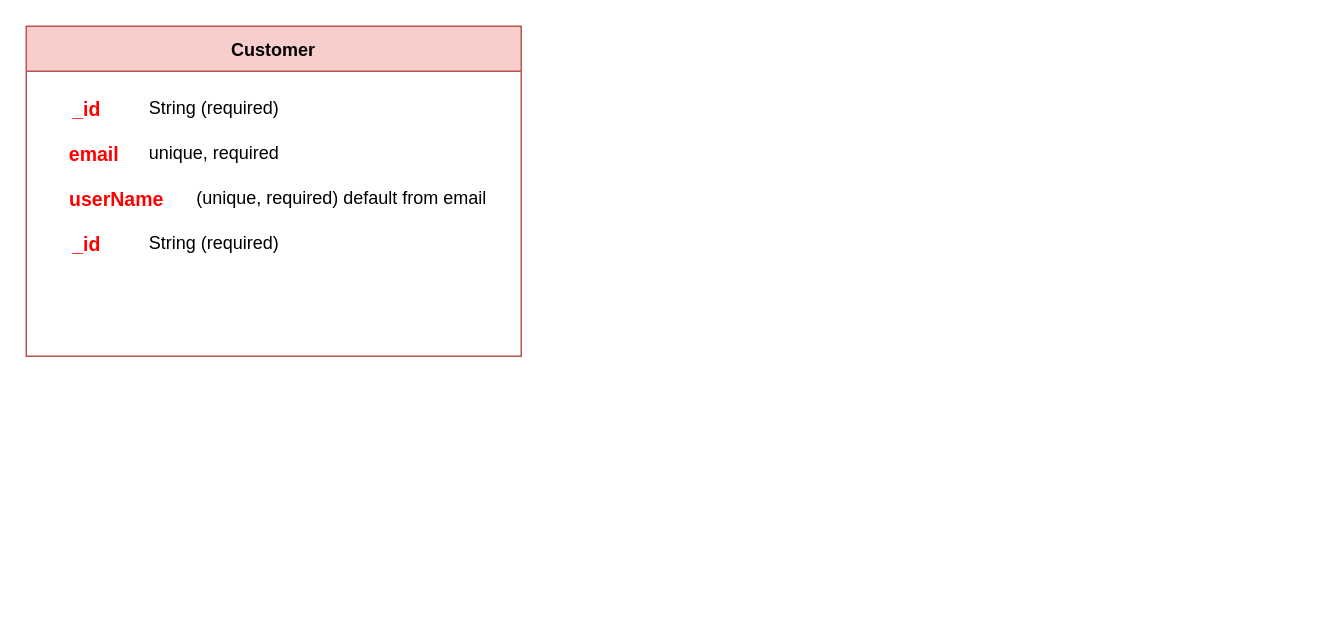
GiaDuccc/shop-api keeps this draw.io diagram as page "Trang-2" (2 of 2) of Biểu đồ không có tiêu đề.drawio. Above is the earlier version. Source tidied: cells renumbered, new cells numbered last; positions are measured from the earlier drawing's top-left corner, leaving out a move shared by most shapes. Both pictures are drawn from the tidied source at 150%, with x=0, y=0 at pixel (26, 26).
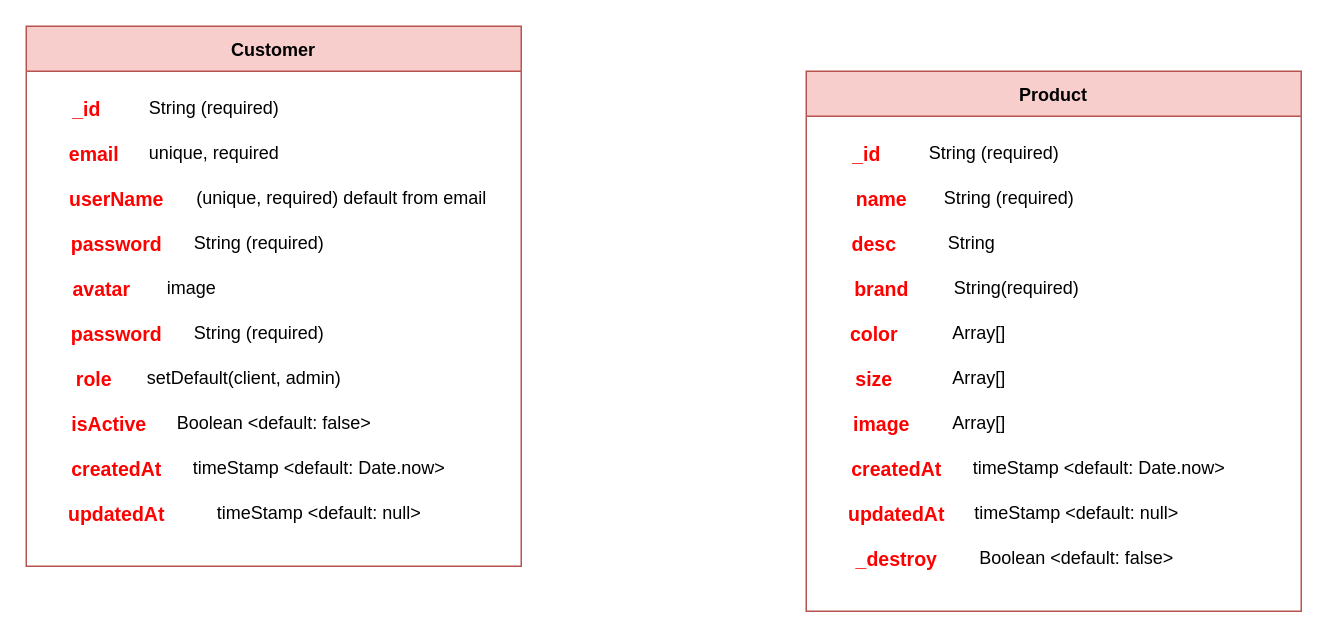
The same page after the edit.

Commit message:
shop shoes

Diff of the diagram source:
```diff
@@
     <mxCell id="2" value="Customer" style="swimlane;startSize=30;fillColor=#f8cecc;strokeColor=#b85450;" parent="1" vertex="1">
-      <mxGeometry width="330" height="220" as="geometry" />
+      <mxGeometry width="330" height="360" as="geometry" />
     </mxCell>
@@
-    <mxCell id="9" value="_id" style="text;html=1;align=center;verticalAlign=middle;strokeColor=none;fillColor=default;fontStyle=1;labelBorderColor=none;labelBackgroundColor=none;fontColor=light-dark(#ff0000, #ededed);fontSize=13;" parent="2" vertex="1">
-      <mxGeometry x="20" y="130" width="40" height="30" as="geometry" />
+    <mxCell id="9" value="password" style="text;html=1;align=center;verticalAlign=middle;strokeColor=none;fillColor=default;fontStyle=1;labelBorderColor=none;labelBackgroundColor=none;fontColor=light-dark(#ff0000, #ededed);fontSize=13;" parent="2" vertex="1">
+      <mxGeometry x="20" y="130" width="80" height="30" as="geometry" />
     </mxCell>
     <mxCell id="10" value="String (required)" style="text;html=1;align=center;verticalAlign=middle;strokeColor=none;fillColor=none;" parent="2" vertex="1">
-      <mxGeometry x="70" y="130" width="110" height="30" as="geometry" />
+      <mxGeometry x="100" y="130" width="110" height="30" as="geometry" />
     </mxCell>
+    <mxCell id="11" value="avatar" style="text;html=1;align=center;verticalAlign=middle;strokeColor=none;fillColor=default;fontStyle=1;labelBorderColor=none;labelBackgroundColor=none;fontColor=light-dark(#ff0000, #ededed);fontSize=13;" parent="2" vertex="1">
+      <mxGeometry x="20" y="160" width="60" height="30" as="geometry" />
+    </mxCell>
+    <mxCell id="12" value="image" style="text;html=1;align=center;verticalAlign=middle;strokeColor=none;fillColor=none;" parent="2" vertex="1">
+      <mxGeometry x="80" y="160" width="60" height="30" as="geometry" />
+    </mxCell>
+    <mxCell id="13" value="password" style="text;html=1;align=center;verticalAlign=middle;strokeColor=none;fillColor=default;fontStyle=1;labelBorderColor=none;labelBackgroundColor=none;fontColor=light-dark(#ff0000, #ededed);fontSize=13;" parent="2" vertex="1">
+      <mxGeometry x="20" y="190" width="80" height="30" as="geometry" />
+    </mxCell>
+    <mxCell id="14" value="String (required)" style="text;html=1;align=center;verticalAlign=middle;strokeColor=none;fillColor=none;" parent="2" vertex="1">
+      <mxGeometry x="100" y="190" width="110" height="30" as="geometry" />
+    </mxCell>
+    <mxCell id="15" value="role" style="text;html=1;align=center;verticalAlign=middle;strokeColor=none;fillColor=default;fontStyle=1;labelBorderColor=none;labelBackgroundColor=none;fontColor=light-dark(#ff0000, #ededed);fontSize=13;" parent="2" vertex="1">
+      <mxGeometry x="20" y="220" width="50" height="30" as="geometry" />
+    </mxCell>
+    <mxCell id="16" value="setDefault(client, admin)" style="text;html=1;align=center;verticalAlign=middle;strokeColor=none;fillColor=none;" parent="2" vertex="1">
+      <mxGeometry x="70" y="220" width="150" height="30" as="geometry" />
+    </mxCell>
+    <mxCell id="17" value="isActive" style="text;html=1;align=center;verticalAlign=middle;strokeColor=none;fillColor=default;fontStyle=1;labelBorderColor=none;labelBackgroundColor=none;fontColor=light-dark(#ff0000, #ededed);fontSize=13;" parent="2" vertex="1">
+      <mxGeometry x="20" y="250" width="70" height="30" as="geometry" />
+    </mxCell>
+    <mxCell id="18" value="Boolean &amp;lt;default: false&amp;gt;" style="text;html=1;align=center;verticalAlign=middle;strokeColor=none;fillColor=none;" parent="2" vertex="1">
+      <mxGeometry x="90" y="250" width="150" height="30" as="geometry" />
+    </mxCell>
+    <mxCell id="19" value="createdAt" style="text;html=1;align=center;verticalAlign=middle;strokeColor=none;fillColor=default;fontStyle=1;labelBorderColor=none;labelBackgroundColor=none;fontColor=light-dark(#ff0000, #ededed);fontSize=13;" parent="2" vertex="1">
+      <mxGeometry x="20" y="280" width="80" height="30" as="geometry" />
+    </mxCell>
+    <mxCell id="20" value="timeStamp &amp;lt;default: Date.now&amp;gt;" style="text;html=1;align=center;verticalAlign=middle;strokeColor=none;fillColor=none;" parent="2" vertex="1">
+      <mxGeometry x="100" y="280" width="190" height="30" as="geometry" />
+    </mxCell>
+    <mxCell id="21" value="updatedAt" style="text;html=1;align=center;verticalAlign=middle;strokeColor=none;fillColor=default;fontStyle=1;labelBorderColor=none;labelBackgroundColor=none;fontColor=light-dark(#ff0000, #ededed);fontSize=13;" parent="2" vertex="1">
+      <mxGeometry x="20" y="310" width="80" height="30" as="geometry" />
+    </mxCell>
+    <mxCell id="22" value="timeStamp &amp;lt;default: null&amp;gt;" style="text;html=1;align=center;verticalAlign=middle;strokeColor=none;fillColor=none;" parent="2" vertex="1">
+      <mxGeometry x="115" y="310" width="160" height="30" as="geometry" />
+    </mxCell>
+    <mxCell id="23" value="Product" style="swimlane;startSize=30;fillColor=#f8cecc;strokeColor=#b85450;" parent="1" vertex="1">
+      <mxGeometry x="520" y="30" width="330" height="360" as="geometry" />
+    </mxCell>
+    <mxCell id="24" value="_id" style="text;html=1;align=center;verticalAlign=middle;strokeColor=none;fillColor=default;fontStyle=1;labelBorderColor=none;labelBackgroundColor=none;fontColor=light-dark(#ff0000, #ededed);fontSize=13;" parent="23" vertex="1">
+      <mxGeometry x="20" y="40" width="40" height="30" as="geometry" />
+    </mxCell>
+    <mxCell id="25" value="String (required)" style="text;html=1;align=center;verticalAlign=middle;strokeColor=none;fillColor=none;" parent="23" vertex="1">
+      <mxGeometry x="70" y="40" width="110" height="30" as="geometry" />
+    </mxCell>
+    <mxCell id="26" value="brand" style="text;html=1;align=center;verticalAlign=middle;strokeColor=none;fillColor=default;fontStyle=1;labelBorderColor=none;labelBackgroundColor=none;fontColor=light-dark(#ff0000, #ededed);fontSize=13;" parent="23" vertex="1">
+      <mxGeometry x="20" y="130" width="60" height="30" as="geometry" />
+    </mxCell>
+    <mxCell id="27" value="String(required)" style="text;html=1;align=center;verticalAlign=middle;strokeColor=none;fillColor=none;" parent="23" vertex="1">
+      <mxGeometry x="85" y="130" width="110" height="30" as="geometry" />
+    </mxCell>
+    <mxCell id="28" value="color" style="text;html=1;align=center;verticalAlign=middle;strokeColor=none;fillColor=default;fontStyle=1;labelBorderColor=none;labelBackgroundColor=none;fontColor=light-dark(#ff0000, #ededed);fontSize=13;" parent="23" vertex="1">
+      <mxGeometry x="20" y="160" width="50" height="30" as="geometry" />
+    </mxCell>
+    <mxCell id="29" value="Array[]" style="text;html=1;align=center;verticalAlign=middle;strokeColor=none;fillColor=none;" parent="23" vertex="1">
+      <mxGeometry x="85" y="160" width="60" height="30" as="geometry" />
+    </mxCell>
+    <mxCell id="30" value="size" style="text;html=1;align=center;verticalAlign=middle;strokeColor=none;fillColor=default;fontStyle=1;labelBorderColor=none;labelBackgroundColor=none;fontColor=light-dark(#ff0000, #ededed);fontSize=13;" parent="23" vertex="1">
+      <mxGeometry x="20" y="190" width="50" height="30" as="geometry" />
+    </mxCell>
+    <mxCell id="31" value="Array[]" style="text;html=1;align=center;verticalAlign=middle;strokeColor=none;fillColor=none;" parent="23" vertex="1">
+      <mxGeometry x="85" y="190" width="60" height="30" as="geometry" />
+    </mxCell>
+    <mxCell id="32" value="image" style="text;html=1;align=center;verticalAlign=middle;strokeColor=none;fillColor=default;fontStyle=1;labelBorderColor=none;labelBackgroundColor=none;fontColor=light-dark(#ff0000, #ededed);fontSize=13;" parent="23" vertex="1">
+      <mxGeometry x="20" y="220" width="60" height="30" as="geometry" />
+    </mxCell>
+    <mxCell id="33" value="Array[]" style="text;html=1;align=center;verticalAlign=middle;strokeColor=none;fillColor=none;" parent="23" vertex="1">
+      <mxGeometry x="85" y="220" width="60" height="30" as="geometry" />
+    </mxCell>
+    <mxCell id="34" value="name" style="text;html=1;align=center;verticalAlign=middle;strokeColor=none;fillColor=default;fontStyle=1;labelBorderColor=none;labelBackgroundColor=none;fontColor=light-dark(#ff0000, #ededed);fontSize=13;" parent="23" vertex="1">
+      <mxGeometry x="20" y="70" width="60" height="30" as="geometry" />
+    </mxCell>
+    <mxCell id="35" value="String (required)" style="text;html=1;align=center;verticalAlign=middle;strokeColor=none;fillColor=none;" parent="23" vertex="1">
+      <mxGeometry x="80" y="70" width="110" height="30" as="geometry" />
+    </mxCell>
+    <mxCell id="36" value="desc" style="text;html=1;align=center;verticalAlign=middle;strokeColor=none;fillColor=default;fontStyle=1;labelBorderColor=none;labelBackgroundColor=none;fontColor=light-dark(#ff0000, #ededed);fontSize=13;" parent="23" vertex="1">
+      <mxGeometry x="20" y="100" width="50" height="30" as="geometry" />
+    </mxCell>
+    <mxCell id="37" value="String" style="text;html=1;align=center;verticalAlign=middle;strokeColor=none;fillColor=none;" parent="23" vertex="1">
+      <mxGeometry x="85" y="100" width="50" height="30" as="geometry" />
+    </mxCell>
+    <mxCell id="38" value="createdAt" style="text;html=1;align=center;verticalAlign=middle;strokeColor=none;fillColor=default;fontStyle=1;labelBorderColor=none;labelBackgroundColor=none;fontColor=light-dark(#ff0000, #ededed);fontSize=13;" parent="23" vertex="1">
+      <mxGeometry x="20" y="250" width="80" height="30" as="geometry" />
+    </mxCell>
+    <mxCell id="39" value="timeStamp &amp;lt;default: Date.now&amp;gt;" style="text;html=1;align=center;verticalAlign=middle;strokeColor=none;fillColor=none;" parent="23" vertex="1">
+      <mxGeometry x="100" y="250" width="190" height="30" as="geometry" />
+    </mxCell>
+    <mxCell id="40" value="updatedAt" style="text;html=1;align=center;verticalAlign=middle;strokeColor=none;fillColor=default;fontStyle=1;labelBorderColor=none;labelBackgroundColor=none;fontColor=light-dark(#ff0000, #ededed);fontSize=13;" parent="23" vertex="1">
+      <mxGeometry x="20" y="280" width="80" height="30" as="geometry" />
+    </mxCell>
+    <mxCell id="41" value="timeStamp &amp;lt;default: null&amp;gt;" style="text;html=1;align=center;verticalAlign=middle;strokeColor=none;fillColor=none;" parent="23" vertex="1">
+      <mxGeometry x="100" y="280" width="160" height="30" as="geometry" />
+    </mxCell>
+    <mxCell id="42" value="_destroy" style="text;html=1;align=center;verticalAlign=middle;strokeColor=none;fillColor=default;fontStyle=1;labelBorderColor=none;labelBackgroundColor=none;fontColor=light-dark(#ff0000, #ededed);fontSize=13;" parent="23" vertex="1">
+      <mxGeometry x="25" y="310" width="70" height="30" as="geometry" />
+    </mxCell>
+    <mxCell id="43" value="Boolean &amp;lt;default: false&amp;gt;" style="text;html=1;align=center;verticalAlign=middle;strokeColor=none;fillColor=none;" parent="23" vertex="1">
+      <mxGeometry x="105" y="310" width="150" height="30" as="geometry" />
+    </mxCell>
```
